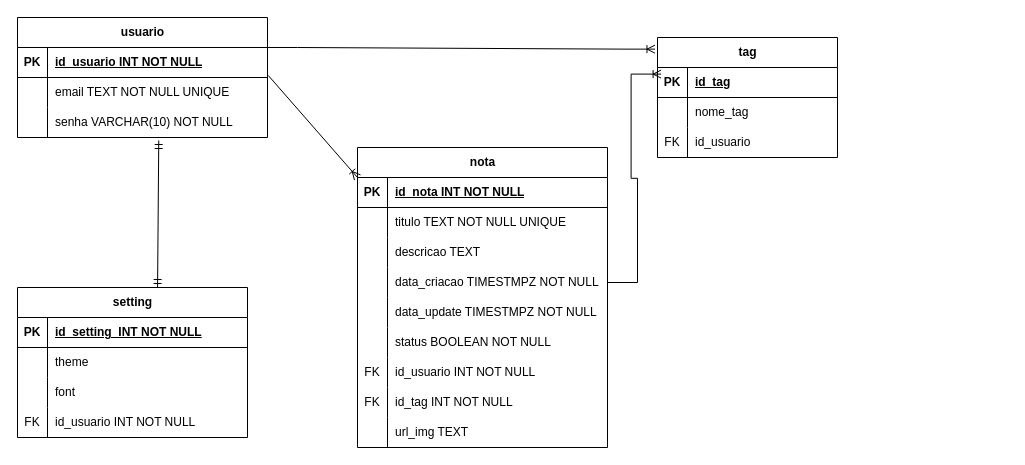
Before: page "modelo_físico" (4 of 4) of senai_notes_g3_modelagem/Modelagem_notes_g3.drawio in edipocb/Senai_Notes_G3, a draw.io diagram. Source tidied: cells renumbered, new cells numbered last; positions are measured from the earlier drawing's top-left corner, leaving out a move shared by most shapes. Both pictures are drawn from the tidied source at 100%, with x=0, y=0 at pixel (17, 17).
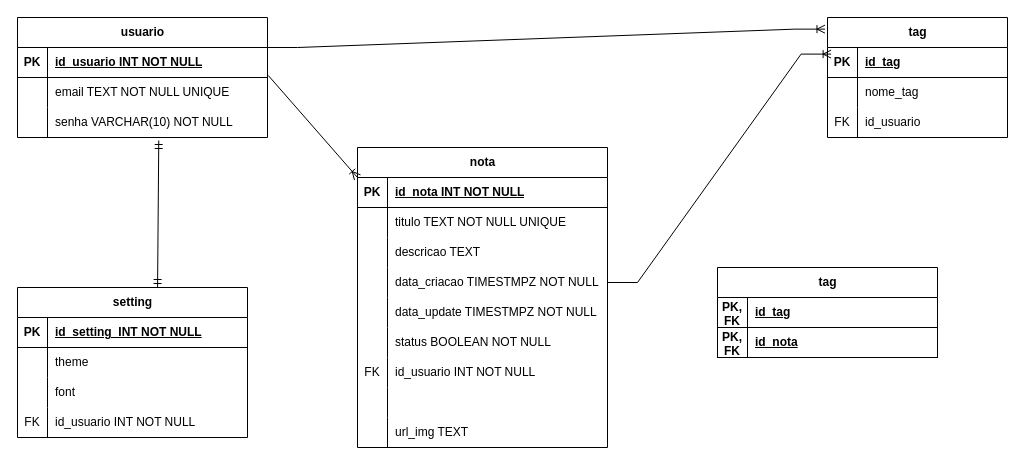
The same page after the edit.

The change refers to these unchanged cells:
```xml
<mxCell id="34" style="shape=tableRow;horizontal=0;startSize=0;swimlaneHead=0;swimlaneBody=0;fillColor=none;top=0;left=0;right=0;bottom=0;" parent="12" vertex="1">
  <mxGeometry y="240" width="250" height="30" as="geometry" />
</mxCell>
```

What changed in the source:
```diff
@@
-    <mxCell id="35" value="FK" style="shape=partialRectangle;fillColor=none;top=0;left=0;bottom=0;right=0;overflow=hidden;whiteSpace=wrap;html=1;" parent="34" vertex="1">
+    <mxCell id="35" style="shape=partialRectangle;fillColor=none;top=0;left=0;bottom=0;right=0;overflow=hidden;whiteSpace=wrap;html=1;" parent="34" vertex="1">
       <mxGeometry width="30" height="30" as="geometry" />
     </mxCell>
-    <mxCell id="36" value="id_tag INT NOT NULL" style="shape=partialRectangle;fillColor=none;top=0;left=0;bottom=0;right=0;align=left;spacingLeft=6;overflow=hidden;whiteSpace=wrap;html=1;" parent="34" vertex="1">
+    <mxCell id="36" style="shape=partialRectangle;fillColor=none;top=0;left=0;bottom=0;right=0;align=left;spacingLeft=6;overflow=hidden;whiteSpace=wrap;html=1;" parent="34" vertex="1">
       <mxGeometry x="30" width="220" height="30" as="geometry" />
     </mxCell>
@@
     <mxCell id="40" value="tag" style="shape=table;startSize=30;childLayout=tableLayout;rowLines=0;fontStyle=1;align=center;html=1;" parent="1" vertex="1">
-      <mxGeometry x="640" y="20" width="180" height="120" as="geometry" />
+      <mxGeometry x="810" width="180" height="120" as="geometry" />
     </mxCell>
@@
+    <mxCell id="67" value="tag" style="shape=table;startSize=30;childLayout=tableLayout;rowLines=0;fontStyle=1;align=center;html=1;" parent="1" vertex="1">
+      <mxGeometry x="700" y="250" width="220" height="90" as="geometry" />
+    </mxCell>
+    <mxCell id="68" style="shape=tableRow;horizontal=0;startSize=0;swimlaneHead=0;swimlaneBody=0;fillColor=none;top=0;left=0;right=0;bottom=1;" parent="67" vertex="1">
+      <mxGeometry y="30" width="220" height="30" as="geometry" />
+    </mxCell>
+    <mxCell id="69" value="PK, FK" style="shape=partialRectangle;fillColor=none;top=0;left=0;bottom=0;right=0;fontStyle=1;overflow=hidden;whiteSpace=wrap;html=1;" parent="68" vertex="1">
+      <mxGeometry width="30" height="30" as="geometry" />
+    </mxCell>
+    <mxCell id="70" value="id_tag" style="shape=partialRectangle;fillColor=none;top=0;left=0;bottom=0;right=0;align=left;spacingLeft=6;fontStyle=5;overflow=hidden;whiteSpace=wrap;html=1;" parent="68" vertex="1">
+      <mxGeometry x="30" width="190" height="30" as="geometry" />
+    </mxCell>
+    <mxCell id="71" style="shape=tableRow;horizontal=0;startSize=0;swimlaneHead=0;swimlaneBody=0;fillColor=none;top=0;left=0;right=0;bottom=1;" parent="67" vertex="1">
+      <mxGeometry y="60" width="220" height="30" as="geometry" />
+    </mxCell>
+    <mxCell id="72" value="PK, FK" style="shape=partialRectangle;fillColor=none;top=0;left=0;bottom=0;right=0;fontStyle=1;overflow=hidden;whiteSpace=wrap;html=1;" parent="71" vertex="1">
+      <mxGeometry width="30" height="30" as="geometry" />
+    </mxCell>
+    <mxCell id="73" value="id_nota" style="shape=partialRectangle;fillColor=none;top=0;left=0;bottom=0;right=0;align=left;spacingLeft=6;fontStyle=5;overflow=hidden;whiteSpace=wrap;html=1;" parent="71" vertex="1">
+      <mxGeometry x="30" width="190" height="30" as="geometry" />
+    </mxCell>
```
